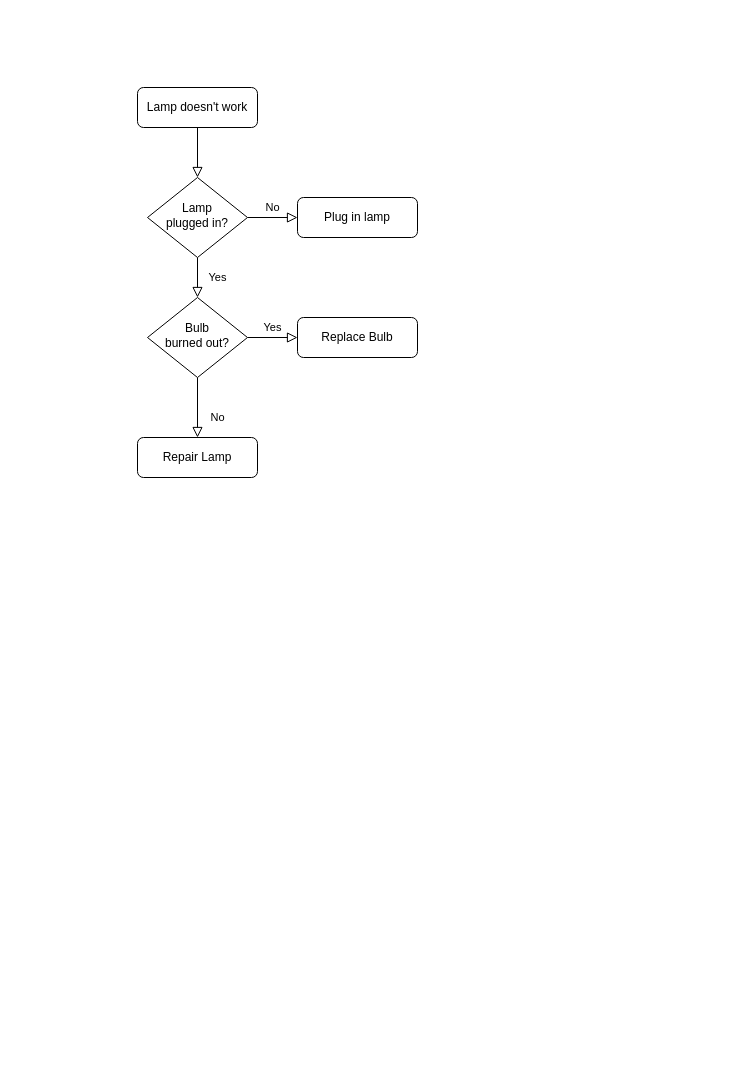
This is demo/流程Diagram.drawio from FloraBei/draw, a draw.io file, before an edit. Source tidied: cells renumbered, new cells numbered last; positions are measured from the earlier drawing's top-left corner, leaving out a move shared by most shapes. Both pictures are drawn from the tidied source at 100%, with x=0, y=0 at pixel (137, 87).
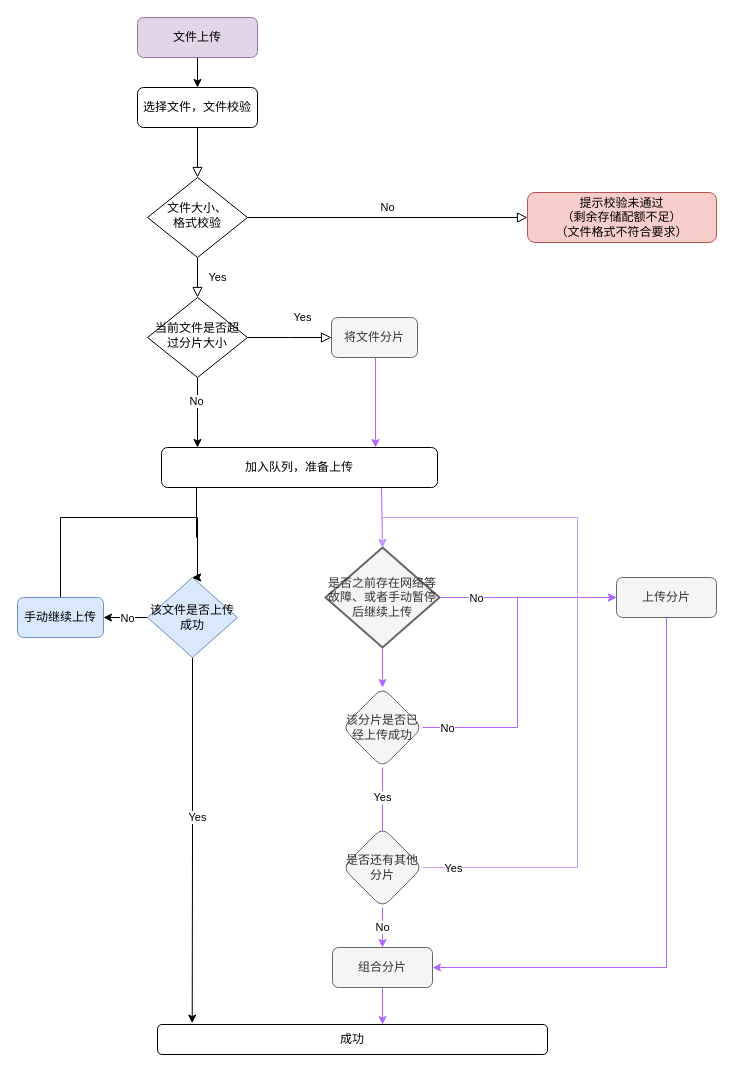
After the change.

What changed in the source:
```diff
@@
-    <mxCell id="3" value="Lamp doesn't work" style="rounded=1;whiteSpace=wrap;html=1;fontSize=12;glass=0;strokeWidth=1;shadow=0;" parent="1" vertex="1">
+    <mxCell id="3" value="选择文件，文件校验" style="rounded=1;whiteSpace=wrap;html=1;fontSize=12;glass=0;strokeWidth=1;shadow=0;perimeterSpacing=0;" parent="1" vertex="1">
       <mxGeometry width="120" height="40" as="geometry" />
     </mxCell>
@@
-    <mxCell id="6" value="Lamp&lt;br&gt;plugged in?" style="rhombus;whiteSpace=wrap;html=1;shadow=0;fontFamily=Helvetica;fontSize=12;align=center;strokeWidth=1;spacing=6;spacingTop=-4;" parent="1" vertex="1">
+    <mxCell id="6" value="文件大小、&lt;br&gt;格式校验" style="rhombus;whiteSpace=wrap;html=1;shadow=0;fontFamily=Helvetica;fontSize=12;align=center;strokeWidth=1;spacing=6;spacingTop=-4;" parent="1" vertex="1">
       <mxGeometry x="10" y="90" width="100" height="80" as="geometry" />
     </mxCell>
-    <mxCell id="7" value="Plug in lamp" style="rounded=1;whiteSpace=wrap;html=1;fontSize=12;glass=0;strokeWidth=1;shadow=0;" parent="1" vertex="1">
-      <mxGeometry x="160" y="110" width="120" height="40" as="geometry" />
+    <mxCell id="7" value="提示校验未通过&lt;br&gt;（剩余存储配额不足）&lt;br&gt;（文件格式不符合要求）" style="rounded=1;whiteSpace=wrap;html=1;fontSize=12;glass=0;strokeWidth=1;shadow=0;fillColor=#f8cecc;strokeColor=#b85450;" parent="1" vertex="1">
+      <mxGeometry x="390" y="105" width="189" height="50" as="geometry" />
     </mxCell>
-    <mxCell id="8" value="No" style="rounded=0;html=1;jettySize=auto;fontSize=11;endArrow=block;endFill=0;endSize=8;strokeWidth=1;shadow=0;labelBackgroundColor=none;edgeStyle=orthogonalEdgeStyle;" parent="1" edge="1" source="10" target="11">
-      <mxGeometry x="0.33" y="20" relative="1" as="geometry" />
+    <mxCell id="8" value="Yes" style="rounded=0;html=1;jettySize=auto;fontSize=11;endArrow=block;endFill=0;endSize=8;strokeWidth=1;shadow=0;labelBackgroundColor=none;edgeStyle=orthogonalEdgeStyle;" parent="1" edge="1" source="10">
+      <mxGeometry x="0.33" y="20" relative="1" as="geometry">
+        <mxPoint x="194" y="250" as="targetPoint" />
+      </mxGeometry>
     </mxCell>
-    <mxCell id="9" value="Yes" style="edgeStyle=orthogonalEdgeStyle;rounded=0;html=1;jettySize=auto;fontSize=11;endArrow=block;endFill=0;endSize=8;strokeWidth=1;shadow=0;labelBackgroundColor=none;" parent="1" edge="1" source="10" target="12">
-      <mxGeometry y="10" relative="1" as="geometry" />
-    </mxCell>
+    <mxCell id="13" style="edgeStyle=orthogonalEdgeStyle;rounded=0;jettySize=auto;html=1;exitX=0.5;exitY=1;exitDx=0;exitDy=0;strokeColor=#000000;" parent="1" edge="1" source="10">
+      <mxGeometry relative="1" as="geometry">
+        <mxPoint x="60" y="360" as="targetPoint" />
+      </mxGeometry>
+    </mxCell>
+    <mxCell id="14" value="No" style="edgeLabel;html=1;align=center;verticalAlign=middle;" parent="13" vertex="1">
+      <mxGeometry x="-0.34" y="-2" relative="1" as="geometry" />
+    </mxCell>
-    <mxCell id="10" value="Bulb&lt;br&gt;burned out?" style="rhombus;whiteSpace=wrap;html=1;shadow=0;fontFamily=Helvetica;fontSize=12;align=center;strokeWidth=1;spacing=6;spacingTop=-4;" parent="1" vertex="1">
+    <mxCell id="10" value="当前文件是否超过分片大小" style="rhombus;whiteSpace=wrap;html=1;shadow=0;fontFamily=Helvetica;fontSize=12;align=center;strokeWidth=1;spacing=6;spacingTop=-4;" parent="1" vertex="1">
       <mxGeometry x="10" y="210" width="100" height="80" as="geometry" />
     </mxCell>
-    <mxCell id="11" value="Repair Lamp" style="rounded=1;whiteSpace=wrap;html=1;fontSize=12;glass=0;strokeWidth=1;shadow=0;" parent="1" vertex="1">
-      <mxGeometry y="350" width="120" height="40" as="geometry" />
-    </mxCell>
+    <mxCell id="15" style="edgeStyle=orthogonalEdgeStyle;rounded=0;orthogonalLoop=1;jettySize=auto;html=1;exitX=0.5;exitY=1;exitDx=0;exitDy=0;entryX=0.75;entryY=0;entryDx=0;entryDy=0;strokeColor=#B266FF;" parent="1" edge="1">
+      <mxGeometry relative="1" as="geometry">
+        <mxPoint x="236" y="270" as="sourcePoint" />
+        <mxPoint x="238" y="360" as="targetPoint" />
+        <Array as="points">
+          <mxPoint x="238" y="270" />
+        </Array>
+      </mxGeometry>
+    </mxCell>
+    <mxCell id="16" style="edgeStyle=orthogonalEdgeStyle;rounded=0;jettySize=auto;html=1;exitX=0.25;exitY=1;exitDx=0;exitDy=0;strokeColor=#000000;entryX=0.5;entryY=0;entryDx=0;entryDy=0;" parent="1" edge="1" target="24">
+      <mxGeometry relative="1" as="geometry">
+        <mxPoint x="38.5" y="400" as="sourcePoint" />
+        <Array as="points">
+          <mxPoint x="59" y="400" />
+          <mxPoint x="59" y="450" />
+          <mxPoint x="60" y="450" />
+        </Array>
+      </mxGeometry>
+    </mxCell>
+    <mxCell id="17" style="edgeStyle=orthogonalEdgeStyle;rounded=0;jettySize=auto;html=1;exitX=0.75;exitY=1;exitDx=0;exitDy=0;entryX=0.5;entryY=0;entryDx=0;entryDy=0;entryPerimeter=0;strokeColor=#B266FF;" parent="1" edge="1" source="12" target="34">
+      <mxGeometry relative="1" as="geometry">
+        <Array as="points">
+          <mxPoint x="244" y="400" />
+        </Array>
+      </mxGeometry>
+    </mxCell>
-    <mxCell id="12" value="Replace Bulb" style="rounded=1;whiteSpace=wrap;html=1;fontSize=12;glass=0;strokeWidth=1;shadow=0;" parent="1" vertex="1">
-      <mxGeometry x="160" y="230" width="120" height="40" as="geometry" />
+    <mxCell id="12" value="加入队列，准备上传" style="rounded=1;whiteSpace=wrap;html=1;fontSize=12;glass=0;strokeWidth=1;shadow=0;" parent="1" vertex="1">
+      <mxGeometry x="24" y="360" width="276" height="40" as="geometry" />
     </mxCell>
+    <mxCell id="18" style="edgeStyle=orthogonalEdgeStyle;rounded=0;jettySize=auto;html=1;exitX=0.5;exitY=1;exitDx=0;exitDy=0;entryX=0.5;entryY=0;entryDx=0;entryDy=0;" parent="1" edge="1" source="19" target="3">
+      <mxGeometry relative="1" as="geometry" />
+    </mxCell>
+    <mxCell id="19" value="文件上传" style="rounded=1;whiteSpace=wrap;html=1;fontSize=12;glass=0;strokeWidth=1;shadow=0;perimeterSpacing=0;fillColor=#e1d5e7;strokeColor=#9673a6;" parent="1" vertex="1">
+      <mxGeometry y="-70" width="120" height="40" as="geometry" />
+    </mxCell>
+    <mxCell id="20" style="edgeStyle=orthogonalEdgeStyle;rounded=0;jettySize=auto;html=1;exitX=0.5;exitY=1;exitDx=0;exitDy=0;strokeColor=#000000;entryX=0.089;entryY=-0.047;entryDx=0;entryDy=0;entryPerimeter=0;" parent="1" edge="1" source="24" target="25">
+      <mxGeometry relative="1" as="geometry" />
+    </mxCell>
+    <mxCell id="21" value="Yes" style="edgeLabel;html=1;align=center;verticalAlign=middle;" parent="20" vertex="1">
+      <mxGeometry x="-0.13" y="4" relative="1" as="geometry" />
+    </mxCell>
+    <mxCell id="22" style="edgeStyle=orthogonalEdgeStyle;rounded=0;jettySize=auto;html=1;exitX=0;exitY=0.5;exitDx=0;exitDy=0;entryX=1;entryY=0.5;entryDx=0;entryDy=0;strokeColor=#000000;" parent="1" edge="1" source="24" target="45">
+      <mxGeometry relative="1" as="geometry" />
+    </mxCell>
+    <mxCell id="23" value="No" style="edgeLabel;html=1;align=center;verticalAlign=middle;" parent="22" vertex="1">
+      <mxGeometry x="-0.65" y="-1" relative="1" as="geometry">
+        <mxPoint x="-13" y="1" as="offset" />
+      </mxGeometry>
+    </mxCell>
+    <mxCell id="24" value="&lt;span&gt;该文件是否上传成功&lt;/span&gt;" style="rhombus;whiteSpace=wrap;html=1;shadow=0;fillColor=#dae8fc;strokeColor=#6c8ebf;" parent="1" vertex="1">
+      <mxGeometry x="10" y="490" width="90" height="80" as="geometry" />
+    </mxCell>
+    <mxCell id="25" value="成功" style="rounded=1;whiteSpace=wrap;html=1;fontSize=12;glass=0;strokeWidth=1;shadow=0;" parent="1" vertex="1">
+      <mxGeometry x="20" y="937" width="390" height="30" as="geometry" />
+    </mxCell>
+    <mxCell id="26" style="edgeStyle=orthogonalEdgeStyle;rounded=0;jettySize=auto;html=1;strokeColor=#B266FF;exitX=0.5;exitY=1;exitDx=0;exitDy=0;" parent="1" edge="1" source="30">
+      <mxGeometry relative="1" as="geometry">
+        <mxPoint x="245" y="770" as="targetPoint" />
+        <Array as="points">
+          <mxPoint x="245" y="760" />
+        </Array>
+      </mxGeometry>
+    </mxCell>
+    <mxCell id="27" value="Yes" style="edgeLabel;html=1;align=center;verticalAlign=middle;" parent="26" vertex="1">
+      <mxGeometry x="-0.35" y="-1" relative="1" as="geometry" />
+    </mxCell>
+    <mxCell id="28" style="edgeStyle=orthogonalEdgeStyle;rounded=0;jettySize=auto;html=1;strokeColor=#B266FF;exitX=1;exitY=0.5;exitDx=0;exitDy=0;" parent="1" edge="1" source="30" target="42">
+      <mxGeometry relative="1" as="geometry">
+        <Array as="points">
+          <mxPoint x="380" y="640" />
+          <mxPoint x="380" y="510" />
+        </Array>
+      </mxGeometry>
+    </mxCell>
+    <mxCell id="29" value="No" style="edgeLabel;html=1;align=center;verticalAlign=middle;" parent="28" vertex="1">
+      <mxGeometry x="-0.42" y="4" relative="1" as="geometry">
+        <mxPoint x="-70" y="4" as="offset" />
+      </mxGeometry>
+    </mxCell>
+    <mxCell id="30" value="&lt;span&gt;该分片是否已经上传成功&lt;/span&gt;" style="rhombus;whiteSpace=wrap;html=1;rounded=1;glass=0;strokeWidth=1;shadow=0;fillColor=#f5f5f5;strokeColor=#666666;fontColor=#333333;" parent="1" vertex="1">
+      <mxGeometry x="205" y="600" width="80" height="80" as="geometry" />
+    </mxCell>
+    <mxCell id="31" style="edgeStyle=orthogonalEdgeStyle;rounded=0;jettySize=auto;html=1;exitX=1;exitY=0.5;exitDx=0;exitDy=0;exitPerimeter=0;strokeColor=#B266FF;" parent="1" edge="1" source="34" target="42">
+      <mxGeometry relative="1" as="geometry" />
+    </mxCell>
+    <mxCell id="32" value="No" style="edgeLabel;html=1;align=center;verticalAlign=middle;" parent="31" vertex="1">
+      <mxGeometry x="-0.59" relative="1" as="geometry" />
+    </mxCell>
+    <mxCell id="33" style="edgeStyle=orthogonalEdgeStyle;rounded=0;jettySize=auto;html=1;exitX=0.5;exitY=1;exitDx=0;exitDy=0;exitPerimeter=0;entryX=0.5;entryY=0;entryDx=0;entryDy=0;strokeColor=#B266FF;" parent="1" edge="1" source="34" target="30">
+      <mxGeometry relative="1" as="geometry" />
+    </mxCell>
+    <mxCell id="34" value="&lt;span&gt;是否之前存在网络等故障、或者手动暂停后继续上传&lt;/span&gt;" style="strokeWidth=2;html=1;shape=mxgraph.flowchart.decision;whiteSpace=wrap;shadow=0;fillColor=#f5f5f5;strokeColor=#666666;fontColor=#333333;" parent="1" vertex="1">
+      <mxGeometry x="188" y="460" width="114" height="100" as="geometry" />
+    </mxCell>
+    <mxCell id="35" style="edgeStyle=orthogonalEdgeStyle;rounded=0;jettySize=auto;html=1;exitX=1;exitY=0.5;exitDx=0;exitDy=0;strokeColor=#CC99FF;" parent="1" edge="1" source="38">
+      <mxGeometry relative="1" as="geometry">
+        <mxPoint x="245" y="460" as="targetPoint" />
+        <Array as="points">
+          <mxPoint x="440" y="780" />
+          <mxPoint x="440" y="430" />
+          <mxPoint x="245" y="430" />
+        </Array>
+      </mxGeometry>
+    </mxCell>
+    <mxCell id="36" value="Yes" style="edgeLabel;html=1;align=center;verticalAlign=middle;" parent="35" vertex="1">
+      <mxGeometry x="-0.7" relative="1" as="geometry">
+        <mxPoint x="-80" as="offset" />
+      </mxGeometry>
+    </mxCell>
+    <mxCell id="37" value="No" style="edgeStyle=orthogonalEdgeStyle;rounded=0;jettySize=auto;html=1;exitX=0.5;exitY=1;exitDx=0;exitDy=0;strokeColor=#B266FF;" parent="1" edge="1" source="38" target="40">
+      <mxGeometry relative="1" as="geometry" />
+    </mxCell>
+    <mxCell id="38" value="&lt;span&gt;是否还有其他分片&lt;/span&gt;" style="rhombus;whiteSpace=wrap;html=1;rounded=1;glass=0;strokeWidth=1;shadow=0;fillColor=#f5f5f5;strokeColor=#666666;fontColor=#333333;" parent="1" vertex="1">
+      <mxGeometry x="205" y="740" width="80" height="80" as="geometry" />
+    </mxCell>
+    <mxCell id="39" style="edgeStyle=orthogonalEdgeStyle;rounded=0;jettySize=auto;html=1;exitX=0.5;exitY=1;exitDx=0;exitDy=0;strokeColor=#B266FF;entryX=0.577;entryY=0;entryDx=0;entryDy=0;entryPerimeter=0;" parent="1" edge="1" source="40" target="25">
+      <mxGeometry relative="1" as="geometry" />
+    </mxCell>
+    <mxCell id="40" value="组合分片" style="rounded=1;whiteSpace=wrap;html=1;fontSize=12;glass=0;strokeWidth=1;shadow=0;fillColor=#f5f5f5;strokeColor=#666666;fontColor=#333333;" parent="1" vertex="1">
+      <mxGeometry x="195" y="860" width="100" height="40" as="geometry" />
+    </mxCell>
+    <mxCell id="41" style="edgeStyle=orthogonalEdgeStyle;rounded=0;jettySize=auto;html=1;exitX=0.5;exitY=1;exitDx=0;exitDy=0;entryX=1;entryY=0.5;entryDx=0;entryDy=0;strokeColor=#B266FF;" parent="1" edge="1" source="42" target="40">
+      <mxGeometry relative="1" as="geometry" />
+    </mxCell>
+    <mxCell id="42" value="上传分片" style="whiteSpace=wrap;html=1;rounded=1;glass=0;strokeWidth=1;shadow=0;fillColor=#f5f5f5;strokeColor=#666666;fontColor=#333333;" parent="1" vertex="1">
+      <mxGeometry x="479" y="490" width="100" height="40" as="geometry" />
+    </mxCell>
+    <mxCell id="43" value="&lt;span&gt;将文件分片&lt;/span&gt;" style="rounded=1;whiteSpace=wrap;html=1;shadow=0;fillColor=#f5f5f5;strokeColor=#666666;fontColor=#333333;" parent="1" vertex="1">
+      <mxGeometry x="194" y="230" width="86" height="40" as="geometry" />
+    </mxCell>
+    <mxCell id="44" style="edgeStyle=orthogonalEdgeStyle;rounded=0;jettySize=auto;html=1;exitX=0.5;exitY=0;exitDx=0;exitDy=0;entryX=0.5;entryY=0;entryDx=0;entryDy=0;strokeColor=#000000;" parent="1" edge="1" source="45" target="24">
+      <mxGeometry relative="1" as="geometry">
+        <Array as="points">
+          <mxPoint x="-77" y="430" />
+          <mxPoint x="60" y="430" />
+          <mxPoint x="60" y="490" />
+        </Array>
+      </mxGeometry>
+    </mxCell>
+    <mxCell id="45" value="手动继续上传" style="rounded=1;whiteSpace=wrap;html=1;shadow=0;fillColor=#dae8fc;strokeColor=#6c8ebf;" parent="1" vertex="1">
+      <mxGeometry x="-120" y="510" width="86" height="40" as="geometry" />
+    </mxCell>
```
